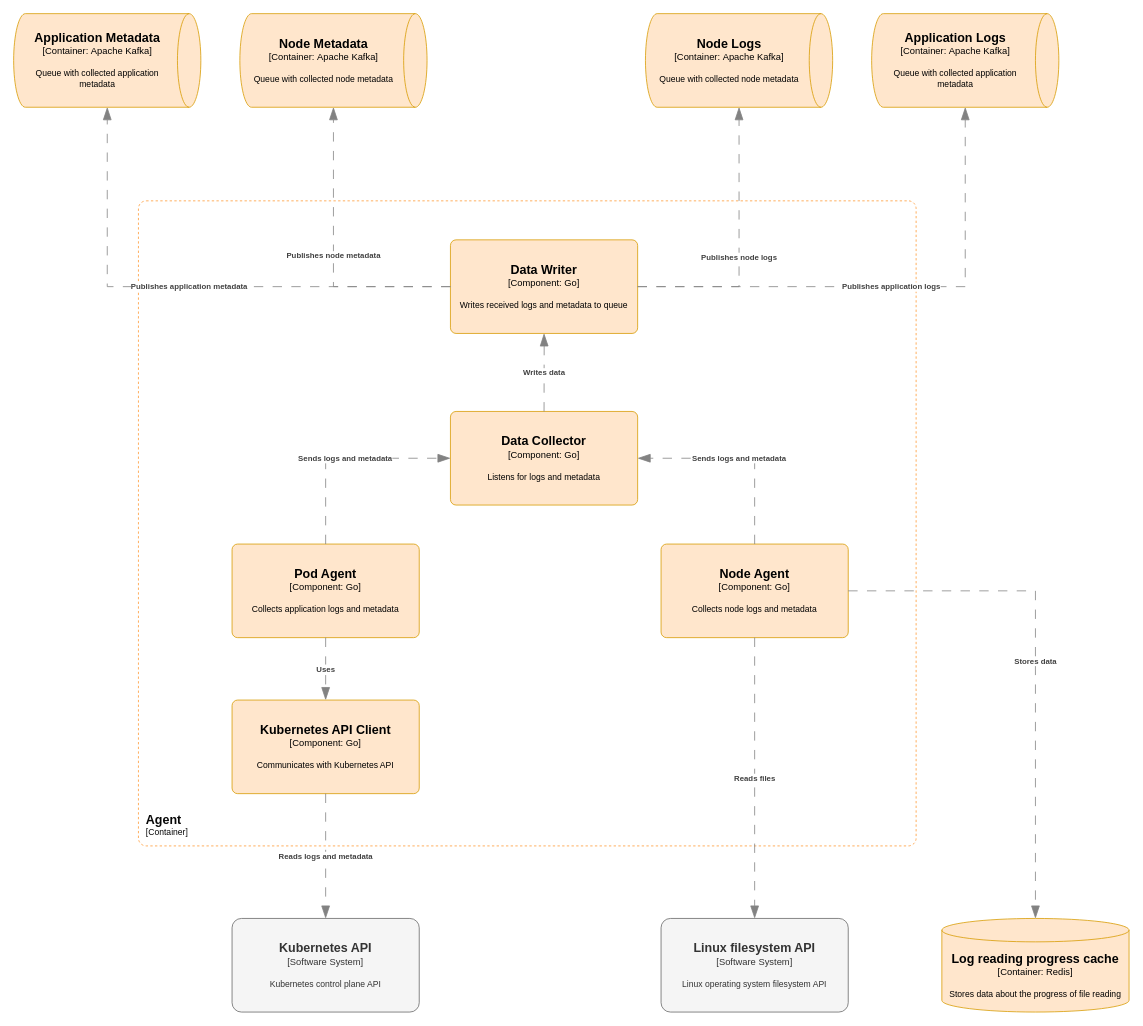
This is docs/diagrams/agent/components/agent-components.drawio from Magpie-Monitor/magpie-monitor, a draw.io file, before an edit. Source tidied: cells renumbered, new cells numbered last; positions are measured from the earlier drawing's top-left corner, leaving out a move shared by most shapes. Both pictures are drawn from the tidied source at 78%, with x=0, y=0 at pixel (13, 13).
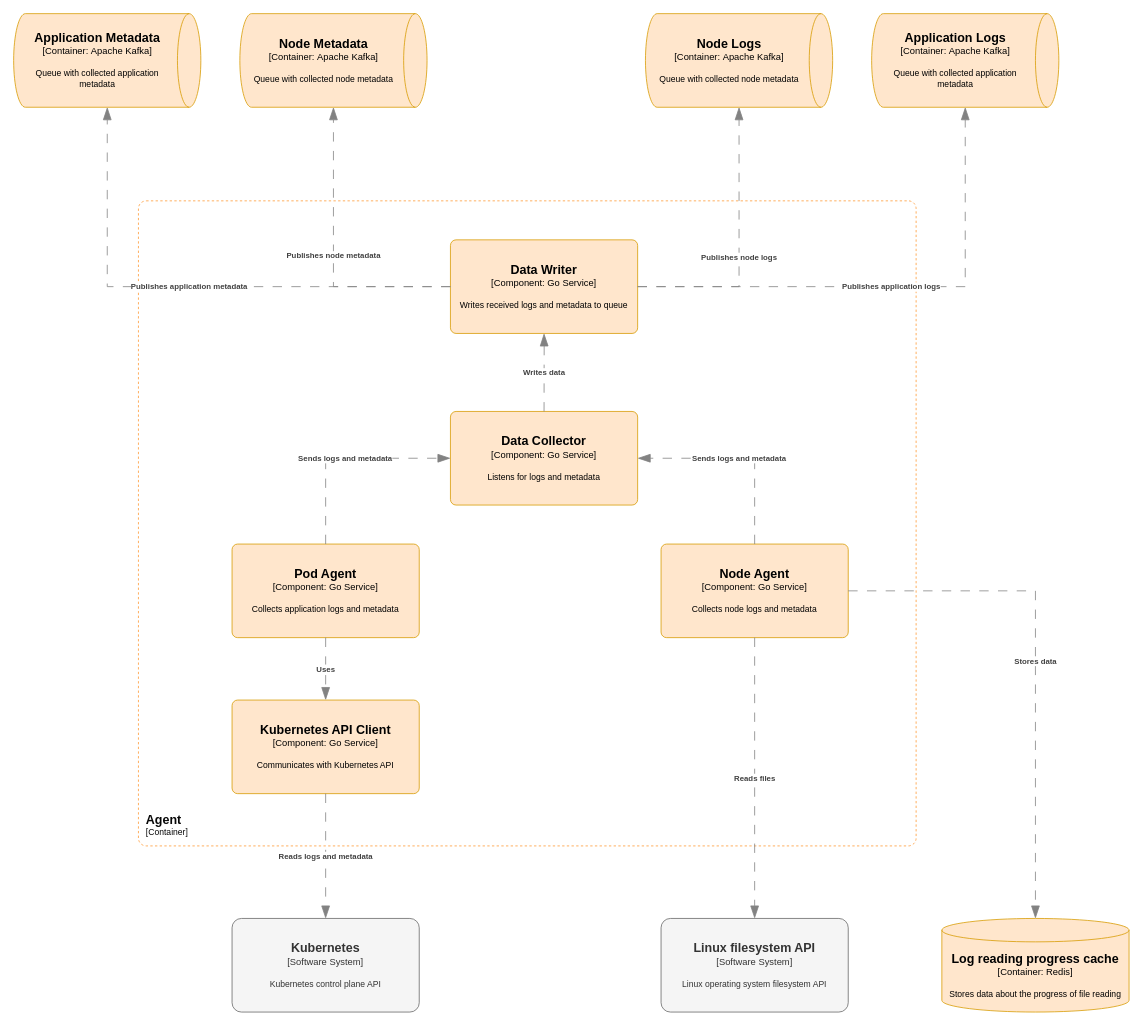
Above is the later version.

Diff of the diagram source:
```diff
@@
-    <object id="2" label="&lt;font style=&quot;font-size: 16px&quot;&gt;&lt;b&gt;%c4Name%&lt;/b&gt;&lt;/font&gt;&lt;div&gt;[%c4Type%: %c4Technology%]&lt;/div&gt;&lt;br&gt;&lt;div&gt;&lt;font style=&quot;font-size: 11px&quot;&gt;%c4Description%&lt;/font&gt;&lt;/div&gt;" c4Description="Collects application logs and metadata" c4Name="Pod Agent" c4Technology="Go" c4Type="Component" placeholders="1">
+    <object id="2" label="&lt;font style=&quot;font-size: 16px&quot;&gt;&lt;b&gt;%c4Name%&lt;/b&gt;&lt;/font&gt;&lt;div&gt;[%c4Type%: %c4Technology%]&lt;/div&gt;&lt;br&gt;&lt;div&gt;&lt;font style=&quot;font-size: 11px&quot;&gt;%c4Description%&lt;/font&gt;&lt;/div&gt;" c4Description="Collects application logs and metadata" c4Name="Pod Agent" c4Technology="Go Service" c4Type="Component" placeholders="1">
       <mxCell style="rounded=1;whiteSpace=wrap;html=1;labelBackgroundColor=none;fillColor=#ffe6cc;align=center;arcSize=6;strokeColor=#d79b00;points=[[0.25,0,0],[0.5,0,0],[0.75,0,0],[1,0.25,0],[1,0.5,0],[1,0.75,0],[0.75,1,0],[0.5,1,0],[0.25,1,0],[0,0.75,0],[0,0.5,0],[0,0.25,0]];" parent="1" vertex="1">
         <mxGeometry x="280" y="680" width="240" height="120" as="geometry" />
       </mxCell>
     </object>
-    <object id="3" label="&lt;font style=&quot;font-size: 16px&quot;&gt;&lt;b&gt;%c4Name%&lt;/b&gt;&lt;/font&gt;&lt;div&gt;[%c4Type%: %c4Technology%]&lt;/div&gt;&lt;br&gt;&lt;div&gt;&lt;font style=&quot;font-size: 11px&quot;&gt;%c4Description%&lt;/font&gt;&lt;/div&gt;" c4Description="Listens for logs and metadata" c4Name="Data Collector" c4Technology="Go" c4Type="Component" placeholders="1">
+    <object id="3" label="&lt;font style=&quot;font-size: 16px&quot;&gt;&lt;b&gt;%c4Name%&lt;/b&gt;&lt;/font&gt;&lt;div&gt;[%c4Type%: %c4Technology%]&lt;/div&gt;&lt;br&gt;&lt;div&gt;&lt;font style=&quot;font-size: 11px&quot;&gt;%c4Description%&lt;/font&gt;&lt;/div&gt;" c4Description="Listens for logs and metadata" c4Name="Data Collector" c4Technology="Go Service" c4Type="Component" placeholders="1">
       <mxCell style="rounded=1;whiteSpace=wrap;html=1;labelBackgroundColor=none;fillColor=#ffe6cc;align=center;arcSize=6;strokeColor=#d79b00;points=[[0.25,0,0],[0.5,0,0],[0.75,0,0],[1,0.25,0],[1,0.5,0],[1,0.75,0],[0.75,1,0],[0.5,1,0],[0.25,1,0],[0,0.75,0],[0,0.5,0],[0,0.25,0]];" parent="1" vertex="1">
         <mxGeometry x="560" y="510" width="240" height="120" as="geometry" />
       </mxCell>
     </object>
@@
-    <object id="7" label="&lt;font style=&quot;font-size: 16px&quot;&gt;&lt;b&gt;%c4Name%&lt;/b&gt;&lt;/font&gt;&lt;div&gt;[%c4Type%: %c4Technology%]&lt;/div&gt;&lt;br&gt;&lt;div&gt;&lt;font style=&quot;font-size: 11px&quot;&gt;%c4Description%&lt;/font&gt;&lt;/div&gt;" c4Description="Communicates with Kubernetes API" c4Name="Kubernetes API Client" c4Technology="Go" c4Type="Component" placeholders="1">
+    <object id="7" label="&lt;font style=&quot;font-size: 16px&quot;&gt;&lt;b&gt;%c4Name%&lt;/b&gt;&lt;/font&gt;&lt;div&gt;[%c4Type%: %c4Technology%]&lt;/div&gt;&lt;br&gt;&lt;div&gt;&lt;font style=&quot;font-size: 11px&quot;&gt;%c4Description%&lt;/font&gt;&lt;/div&gt;" c4Description="Communicates with Kubernetes API" c4Name="Kubernetes API Client" c4Technology="Go Service" c4Type="Component" placeholders="1">
       <mxCell style="rounded=1;whiteSpace=wrap;html=1;labelBackgroundColor=none;fillColor=#ffe6cc;align=center;arcSize=6;strokeColor=#d79b00;points=[[0.25,0,0],[0.5,0,0],[0.75,0,0],[1,0.25,0],[1,0.5,0],[1,0.75,0],[0.75,1,0],[0.5,1,0],[0.25,1,0],[0,0.75,0],[0,0.5,0],[0,0.25,0]];" parent="1" vertex="1">
         <mxGeometry x="280" y="880" width="240" height="120" as="geometry" />
       </mxCell>
     </object>
@@
-    <object id="9" label="&lt;font style=&quot;font-size: 16px&quot;&gt;&lt;b&gt;%c4Name%&lt;/b&gt;&lt;/font&gt;&lt;div&gt;[%c4Type%]&lt;/div&gt;&lt;br&gt;&lt;div&gt;&lt;font style=&quot;font-size: 11px&quot;&gt;&lt;font&gt;%c4Description%&lt;/font&gt;&lt;/font&gt;&lt;/div&gt;" c4Description="Kubernetes control plane API" c4Name="Kubernetes API" c4Type="Software System" placeholders="1">
+    <object id="9" label="&lt;font style=&quot;font-size: 16px&quot;&gt;&lt;b&gt;%c4Name%&lt;/b&gt;&lt;/font&gt;&lt;div&gt;[%c4Type%]&lt;/div&gt;&lt;br&gt;&lt;div&gt;&lt;font style=&quot;font-size: 11px&quot;&gt;&lt;font&gt;%c4Description%&lt;/font&gt;&lt;/font&gt;&lt;/div&gt;" c4Description="Kubernetes control plane API" c4Name="Kubernetes" c4Type="Software System" placeholders="1">
       <mxCell style="rounded=1;whiteSpace=wrap;html=1;labelBackgroundColor=none;fillColor=#f5f5f5;fontColor=#333333;align=center;arcSize=10;strokeColor=#666666;points=[[0.25,0,0],[0.5,0,0],[0.75,0,0],[1,0.25,0],[1,0.5,0],[1,0.75,0],[0.75,1,0],[0.5,1,0],[0.25,1,0],[0,0.75,0],[0,0.5,0],[0,0.25,0]];" parent="1" vertex="1">
         <mxGeometry x="280" y="1160" width="240" height="120" as="geometry" />
       </mxCell>
     </object>
@@
-    <object id="11" label="&lt;font style=&quot;font-size: 16px&quot;&gt;&lt;b&gt;%c4Name%&lt;/b&gt;&lt;/font&gt;&lt;div&gt;[%c4Type%: %c4Technology%]&lt;/div&gt;&lt;br&gt;&lt;div&gt;&lt;font style=&quot;font-size: 11px&quot;&gt;%c4Description%&lt;/font&gt;&lt;/div&gt;" c4Description="Collects node logs and metadata" c4Name="Node Agent" c4Technology="Go" c4Type="Component" placeholders="1">
+    <object id="11" label="&lt;font style=&quot;font-size: 16px&quot;&gt;&lt;b&gt;%c4Name%&lt;/b&gt;&lt;/font&gt;&lt;div&gt;[%c4Type%: %c4Technology%]&lt;/div&gt;&lt;br&gt;&lt;div&gt;&lt;font style=&quot;font-size: 11px&quot;&gt;%c4Description%&lt;/font&gt;&lt;/div&gt;" c4Description="Collects node logs and metadata" c4Name="Node Agent" c4Technology="Go Service" c4Type="Component" placeholders="1">
       <mxCell style="rounded=1;whiteSpace=wrap;html=1;labelBackgroundColor=none;fillColor=#ffe6cc;align=center;arcSize=6;strokeColor=#d79b00;points=[[0.25,0,0],[0.5,0,0],[0.75,0,0],[1,0.25,0],[1,0.5,0],[1,0.75,0],[0.75,1,0],[0.5,1,0],[0.25,1,0],[0,0.75,0],[0,0.5,0],[0,0.25,0]];" parent="1" vertex="1">
         <mxGeometry x="830" y="680" width="240" height="120" as="geometry" />
       </mxCell>
     </object>
@@
-    <object id="14" label="&lt;font style=&quot;font-size: 16px&quot;&gt;&lt;b&gt;%c4Name%&lt;/b&gt;&lt;/font&gt;&lt;div&gt;[%c4Type%: %c4Technology%]&lt;/div&gt;&lt;br&gt;&lt;div&gt;&lt;font style=&quot;font-size: 11px&quot;&gt;%c4Description%&lt;/font&gt;&lt;/div&gt;" c4Description="Writes received logs and metadata to queue" c4Name="Data Writer" c4Technology="Go" c4Type="Component" placeholders="1">
+    <object id="14" label="&lt;font style=&quot;font-size: 16px&quot;&gt;&lt;b&gt;%c4Name%&lt;/b&gt;&lt;/font&gt;&lt;div&gt;[%c4Type%: %c4Technology%]&lt;/div&gt;&lt;br&gt;&lt;div&gt;&lt;font style=&quot;font-size: 11px&quot;&gt;%c4Description%&lt;/font&gt;&lt;/div&gt;" c4Description="Writes received logs and metadata to queue" c4Name="Data Writer" c4Technology="Go Service" c4Type="Component" placeholders="1">
       <mxCell style="rounded=1;whiteSpace=wrap;html=1;labelBackgroundColor=none;fillColor=#ffe6cc;align=center;arcSize=6;strokeColor=#d79b00;points=[[0.25,0,0],[0.5,0,0],[0.75,0,0],[1,0.25,0],[1,0.5,0],[1,0.75,0],[0.75,1,0],[0.5,1,0],[0.25,1,0],[0,0.75,0],[0,0.5,0],[0,0.25,0]];" parent="1" vertex="1">
         <mxGeometry x="560" y="290" width="240" height="120" as="geometry" />
       </mxCell>
     </object>
```
